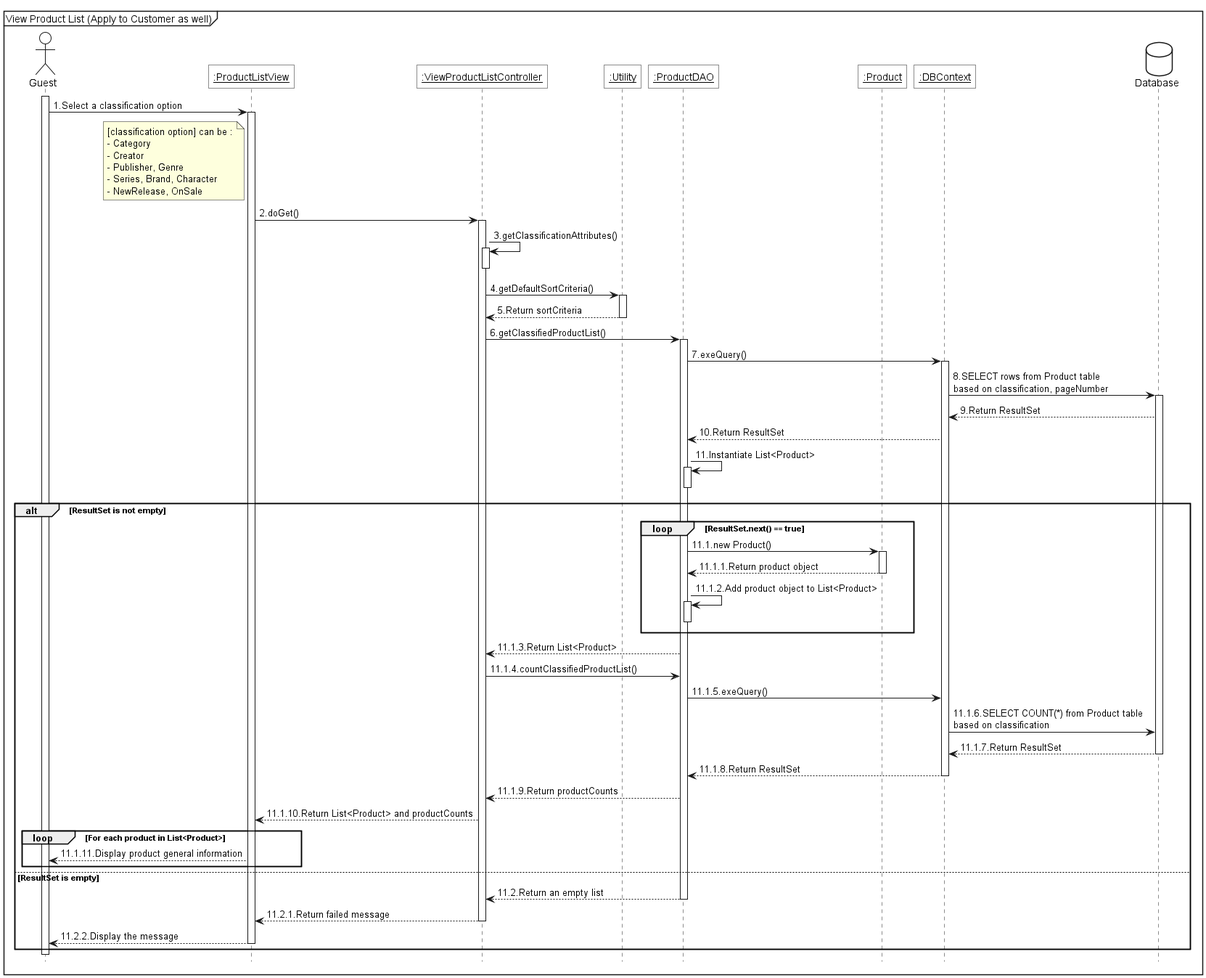
Earlier version of the PlantUML export diagram/sequence/product/out/guest-customer/guest_view_list/guest_view_product_list/guest_view_product_list.png (tienminhthanh/ProjectSWP391). Its diagram source:
```plantuml
@startuml
<style>
 sequenceDiagram {
        actor { BackgroundColor white; LineThickness 1.0 }
        participant { BackgroundColor white; RoundCorner 0 }
        database { BackgroundColor white }
    }

</style>

hide footbox

mainframe View Product List (Apply to Customer as well)

actor Guest as act

participant "<u>:ProductListView" as view
participant "<u>:ViewProductListController" as ctrl
participant "<u>:Utility" as util
participant "<u>:ProductDAO" as dao
participant "<u>:Product" as product
participant "<u>:DBContext" as ctx

database Database as db


activate act
act->view++:1.Select a classification option
note left of view: [classification option] can be :\n- Category\n- Creator\n- Publisher, Genre\n- Series, Brand, Character\n- NewRelease, OnSale
view->ctrl++:2.doGet()
ctrl->ctrl++:3.getClassificationAttributes()
ctrl--
ctrl->util++:4.getDefaultSortCriteria()
util-->ctrl--:5.Return sortCriteria
ctrl->dao++:6.getClassifiedProductList()
dao->ctx++:7.exeQuery()
ctx -> db++:8.SELECT rows from Product table\nbased on classification, pageNumber
db -->ctx:9.Return ResultSet
ctx-->dao:10.Return ResultSet
dao->dao++:11.Instantiate List<Product>
dao--
alt ResultSet is not empty
    loop ResultSet.next() == true
        dao -> product++:11.1.new Product()
        product --> dao--:11.1.1.Return product object
        dao->dao++:11.1.2.Add product object to List<Product>
        dao--
    end

    dao --> ctrl:11.1.3.Return List<Product>
    ctrl ->dao:11.1.4.countClassifiedProductList()
    dao -> ctx:11.1.5.exeQuery()
    ctx -> db:11.1.6.SELECT COUNT(*) from Product table\nbased on classification
    db-->ctx--:11.1.7.Return ResultSet
    ctx-->dao--:11.1.8.Return ResultSet
    dao --> ctrl:11.1.9.Return productCounts
    ctrl --> view:11.1.10.Return List<Product> and productCounts
    loop For each product in List<Product>
        view --> act:11.1.11.Display product general information
    end
else ResultSet is empty
    dao --> ctrl--: 11.2.Return an empty list
    ctrl --> view--: 11.2.1.Return failed message
    ctrl--
    ctrl--
    view --> act--:11.2.2.Display the message
end
deactivate act
@enduml
```
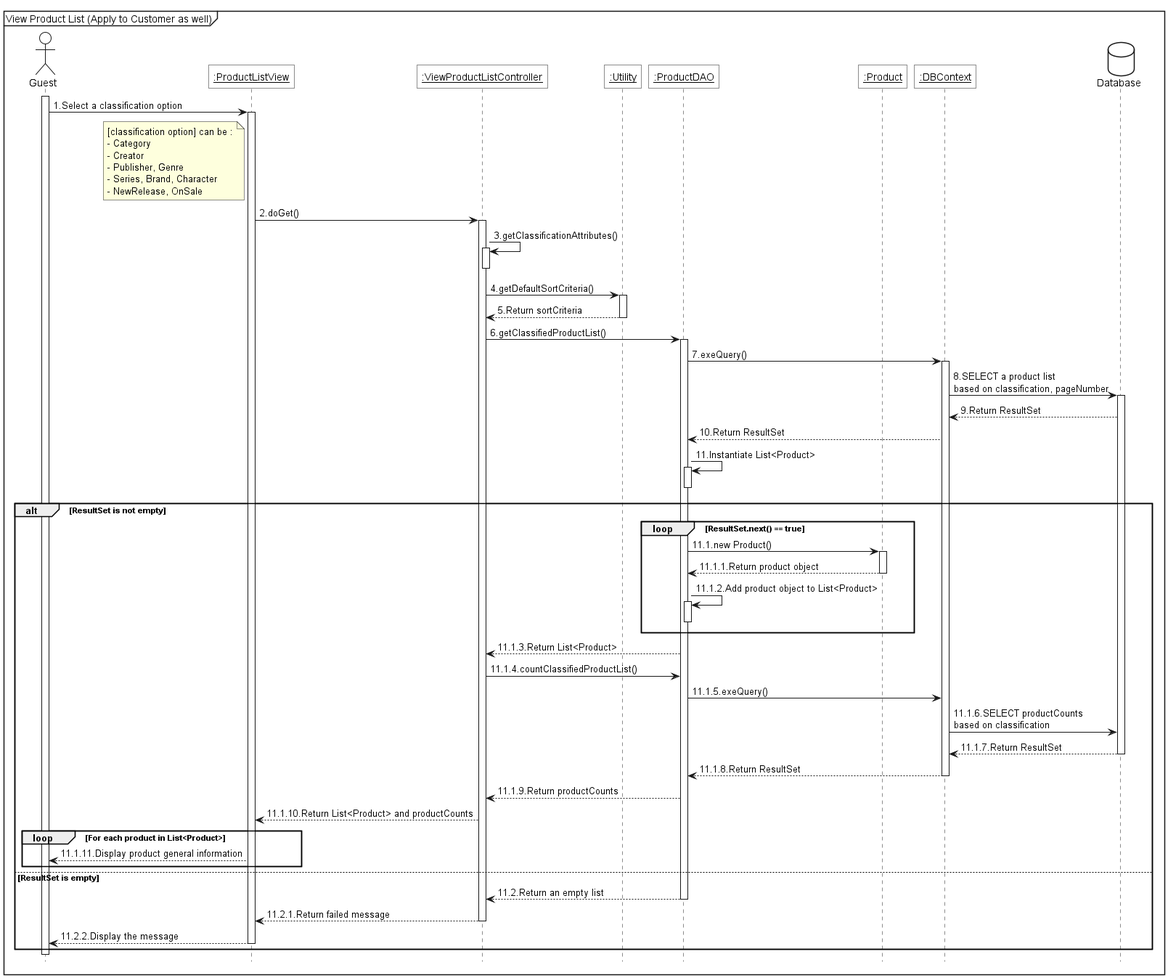
Later version of the same file.

The edit, as a diff of the source:
```diff
@@ -34,7 +34,7 @@
 util-->ctrl--:5.Return sortCriteria
 ctrl->dao++:6.getClassifiedProductList()
 dao->ctx++:7.exeQuery()
-ctx -> db++:8.SELECT rows from Product table\nbased on classification, pageNumber
+ctx -> db++:8.SELECT a product list\nbased on classification, pageNumber
 db -->ctx:9.Return ResultSet
 ctx-->dao:10.Return ResultSet
 dao->dao++:11.Instantiate List<Product>
@@ -50,7 +50,7 @@
     dao --> ctrl:11.1.3.Return List<Product>
     ctrl ->dao:11.1.4.countClassifiedProductList()
     dao -> ctx:11.1.5.exeQuery()
-    ctx -> db:11.1.6.SELECT COUNT(*) from Product table\nbased on classification
+    ctx -> db:11.1.6.SELECT productCounts\nbased on classification
     db-->ctx--:11.1.7.Return ResultSet
     ctx-->dao--:11.1.8.Return ResultSet
     dao --> ctrl:11.1.9.Return productCounts
```
